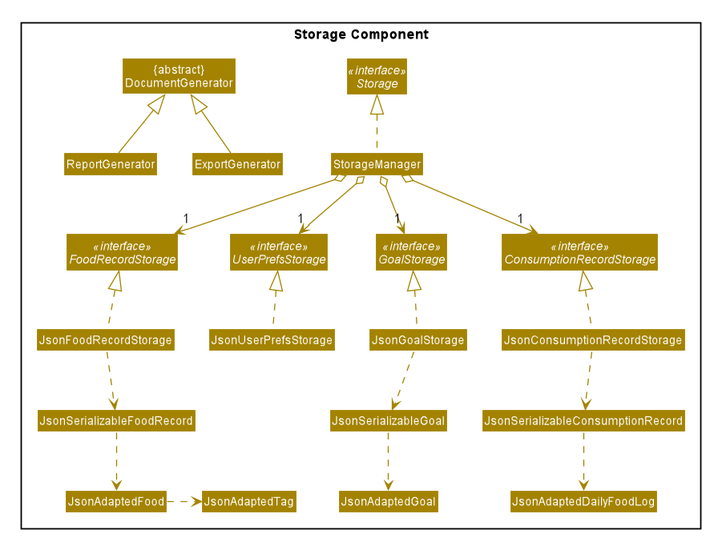
Above: images/StorageClassDiagram.png in AY1920S2-CS2103T-F11-1/main (PlantUML), before the change.
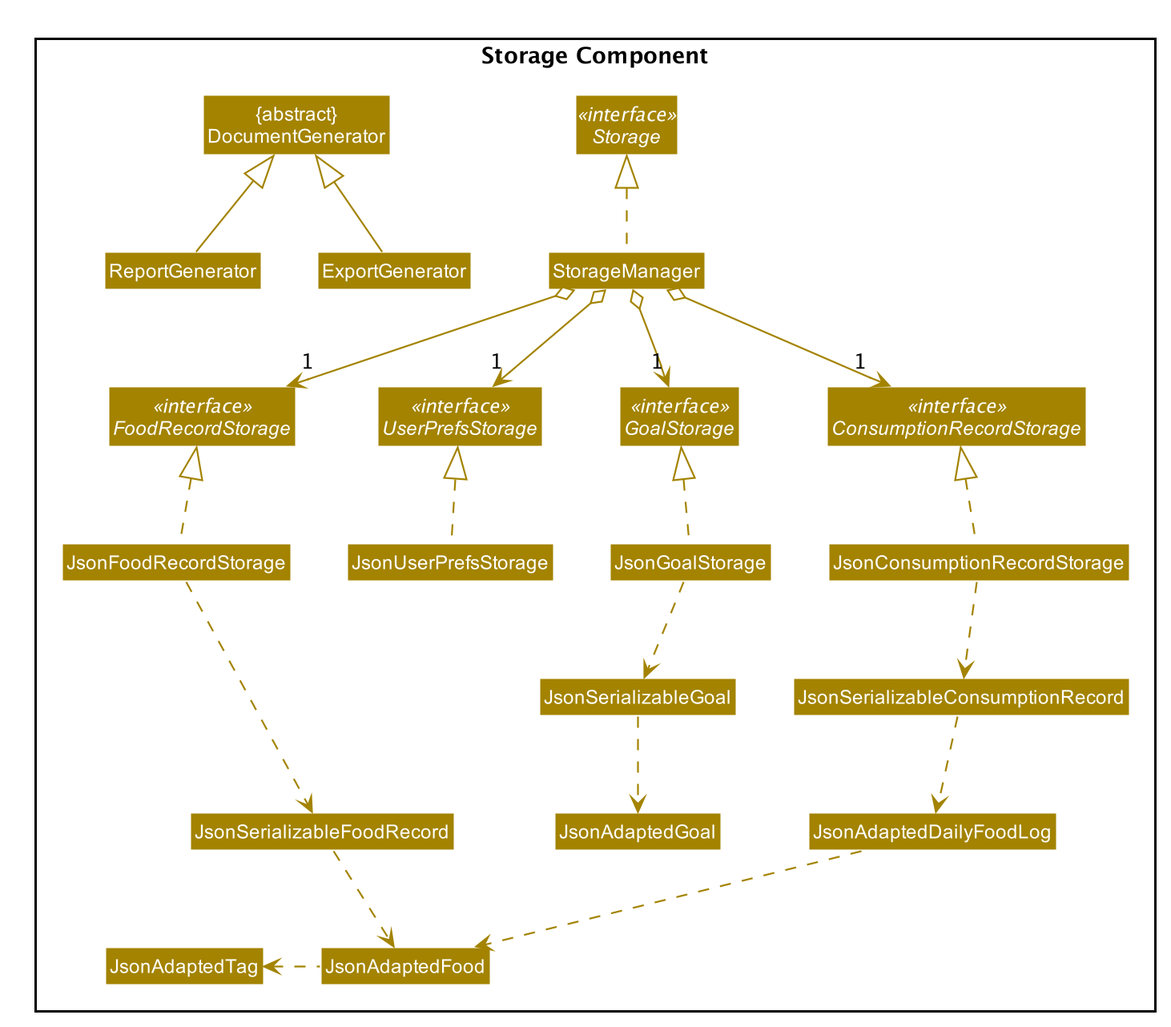
Above is the later version.

The edit, as a diff of the source:
```diff
@@ -1,4 +1,5 @@
 @startuml
+
 
 
 
@@ -86,6 +87,7 @@
 JsonConsumptionRecordStorage .up.|> ConsumptionRecordStorage
 JsonConsumptionRecordStorage .down.> JsonSerializableConsumptionRecord
 JsonSerializableConsumptionRecord .down.> JsonAdaptedDailyFoodLog
+JsonAdaptedDailyFoodLog .down.> JsonAdaptedFood
 
 JsonGoalStorage .up.|> GoalStorage
 JsonGoalStorage ..> JsonSerializableGoal
@@ -96,6 +98,6 @@
 JsonFoodRecordStorage .up.|> FoodRecordStorage
 JsonFoodRecordStorage .down.> JsonSerializableFoodRecord
 JsonSerializableFoodRecord .down.> JsonAdaptedFood
-JsonAdaptedFood .right.> JsonAdaptedTag
+JsonAdaptedFood .left.> JsonAdaptedTag
 }
 @enduml
```
